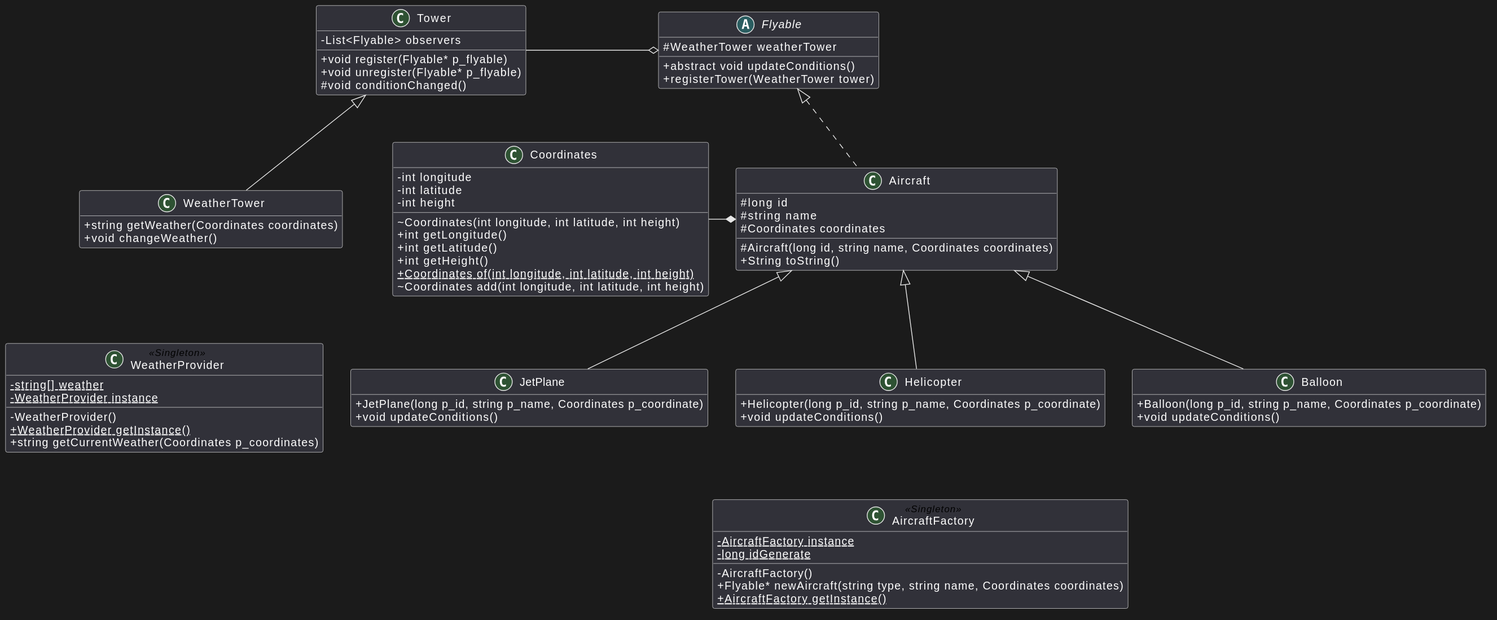
faleite/avaj-42 keeps this PlantUML diagram as dcs/my-puml.svg. Above is the earlier version.
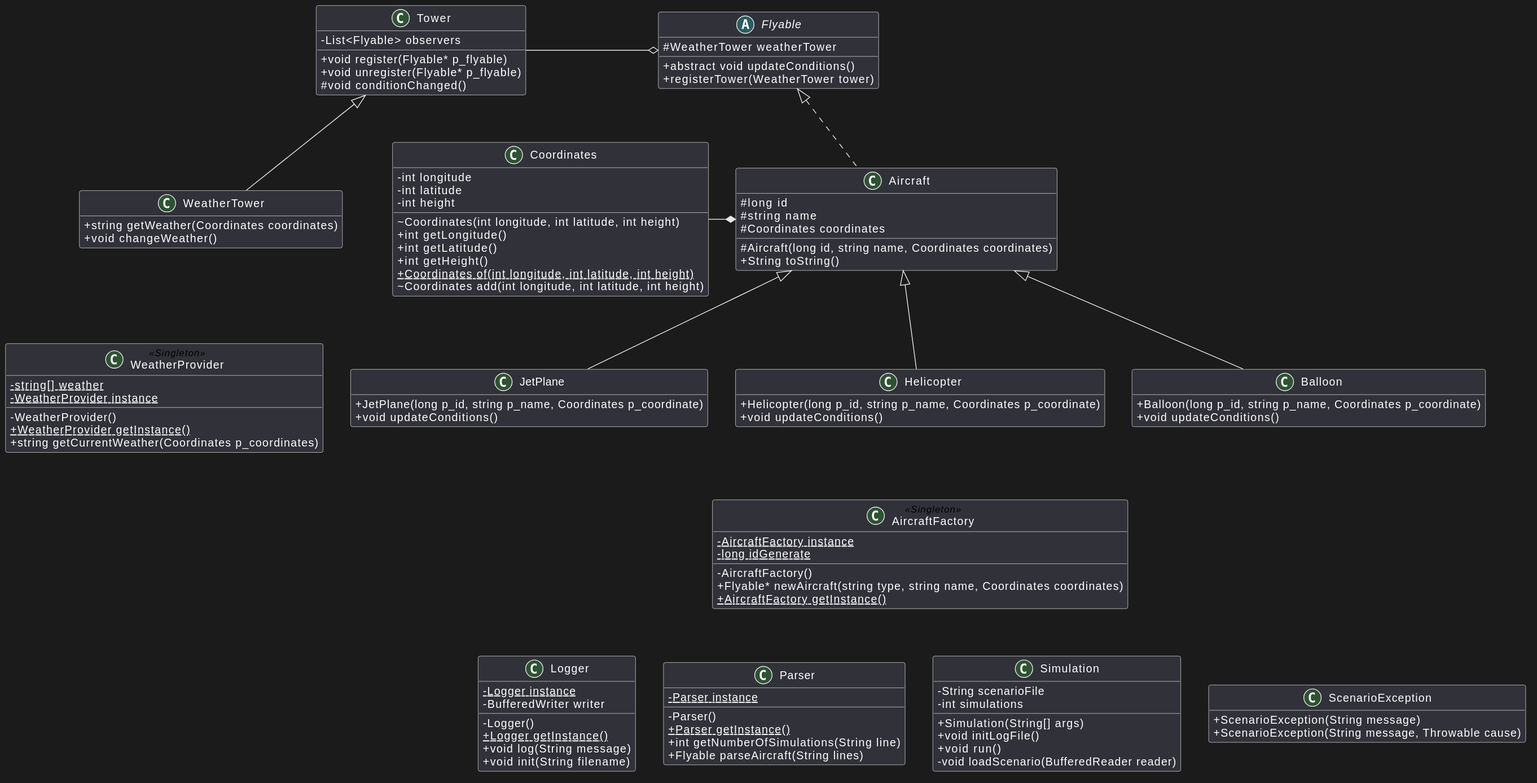
After the change.

Change to the diagram source:
```diff
@@ -76,6 +76,42 @@
 {static} +AircraftFactory getInstance()
 }
 
+class Logger
+{
+{static} -Logger instance
+-BufferedWriter writer
+-Logger()
+{static} +Logger getInstance()
++void log(String message)
++void init(String filename)
+}
+
+class Parser
+{
+{static} -Parser instance
+-Parser()
+{static} +Parser getInstance()
++int getNumberOfSimulations(String line)
++Flyable parseAircraft(String lines)
+}
+
+class Simulation
+{
+-String scenarioFile
+-int simulations
++Simulation(String[] args)
++void initLogFile()
++void run()
+-void loadScenario(BufferedReader reader)
+}
+
+class ScenarioException
+{
++ScenarioException(String message)
++ScenarioException(String message, Throwable cause)
+}
+
+
 Coordinates -* Aircraft
 Flyable <|.. Aircraft
 Aircraft <|-- Balloon
@@ -86,4 +122,8 @@
 
 WeatherTower -[hidden]- WeatherProvider
 Helicopter -[hidden]- AircraftFactory
+AircraftFactory -[hidden]- Logger
+AircraftFactory -[hidden]- Parser
+AircraftFactory -[hidden]- Simulation
+AircraftFactory -[hidden]- ScenarioException
 @enduml
```
